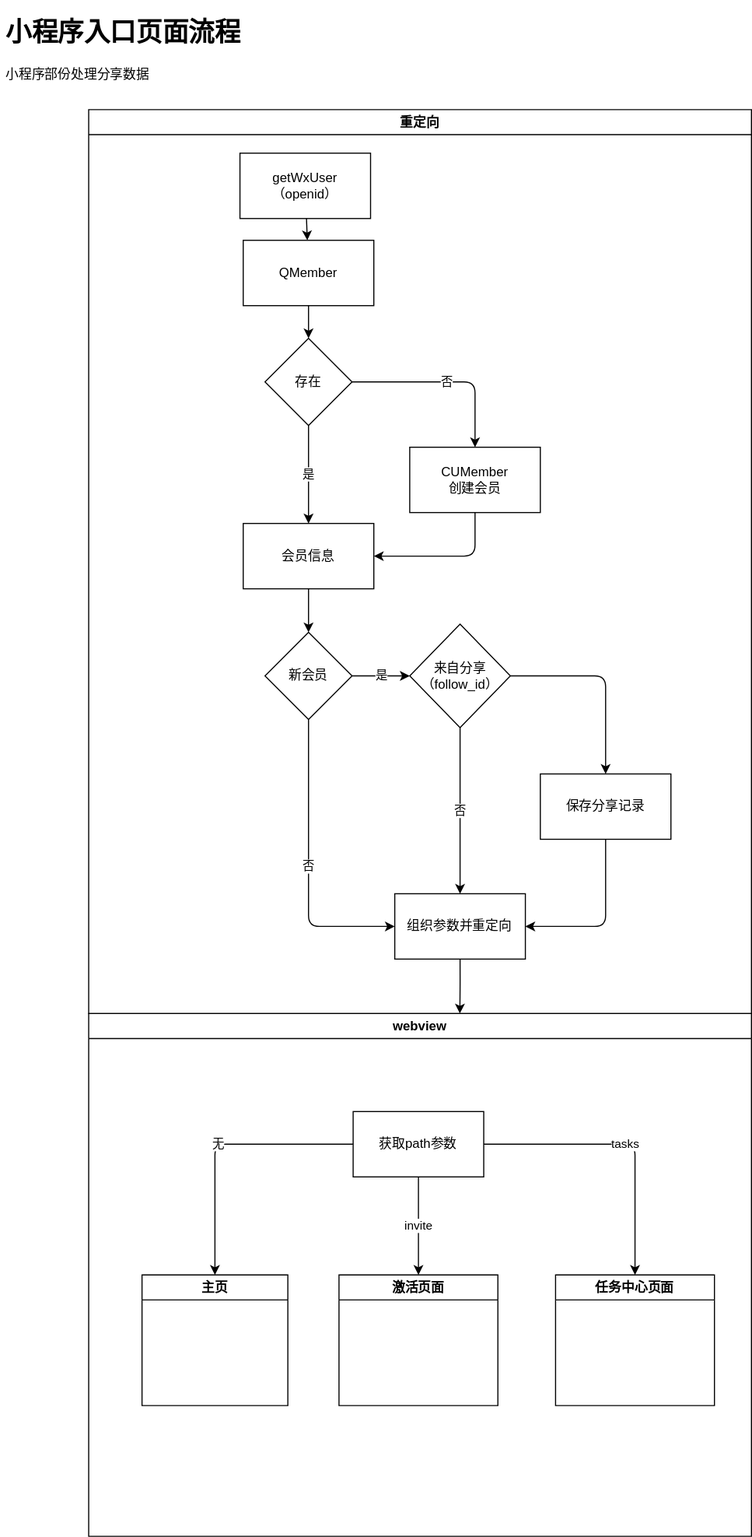
The draw.io diagram dawenxiArt/pageInit.svg in eightfeet/mind, before a commit. Source tidied: cells renumbered, new cells last; positions are measured from the earlier drawing's top-left corner, leaving out a move shared by most shapes.
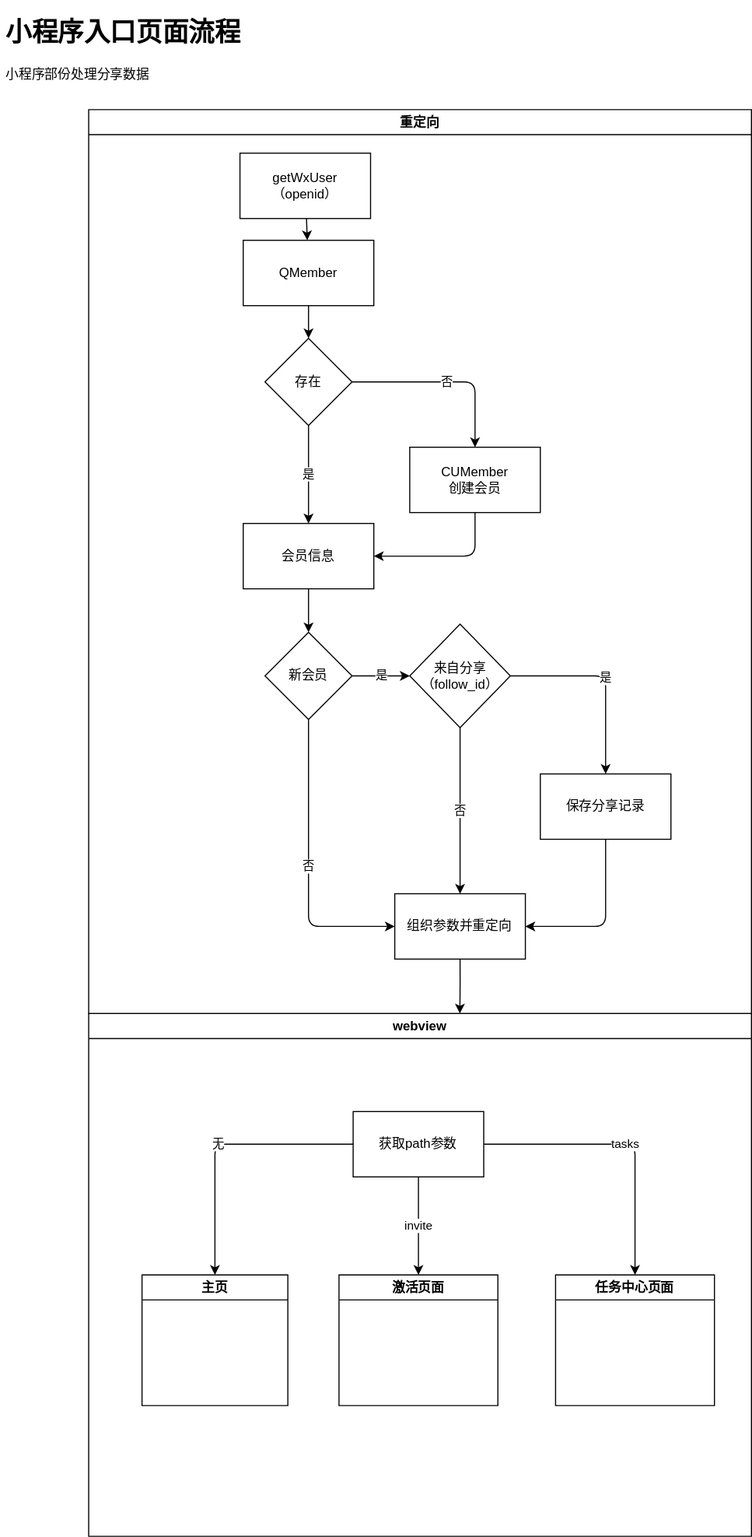
Later version of the same file.

What changed in the source:
```diff
@@ -49,7 +49,7 @@
     <mxCell id="16" value="新会员" style="rhombus;whiteSpace=wrap;html=1;rounded=0;" parent="3" vertex="1">
       <mxGeometry x="162" y="480" width="80" height="80" as="geometry" />
     </mxCell>
-    <mxCell id="17" style="edgeStyle=orthogonalEdgeStyle;html=1;" parent="3" edge="1" source="18" target="19">
+    <mxCell id="17" value="是" style="edgeStyle=orthogonalEdgeStyle;html=1;" parent="3" edge="1" source="18" target="19">
       <mxGeometry relative="1" as="geometry" />
     </mxCell>
     <mxCell id="18" value="来自分享&lt;br&gt;（follow_id）" style="rhombus;whiteSpace=wrap;html=1;rounded=0;" parent="3" vertex="1">
```
